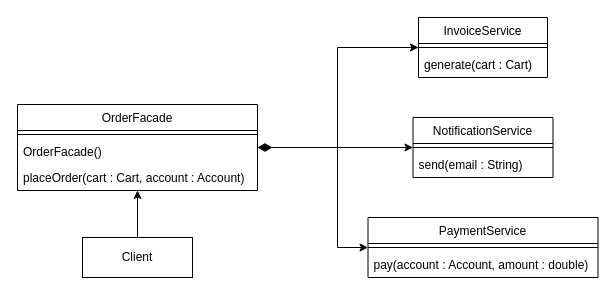
The draw.io diagram umls/Facade.drawio in rishabmamgai/LLD, before the edit. Source tidied: cells renumbered, new cells numbered last; positions are measured from the earlier drawing's top-left corner, leaving out a move shared by most shapes. Both pictures are drawn from the tidied source at 100%, with x=0, y=0 at pixel (17, 17).
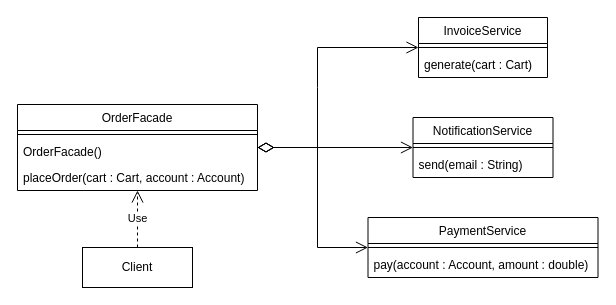
After the change.

The change refers to these unchanged cells:
```xml
<mxCell id="2" value="OrderFacade" style="swimlane;fontStyle=0;align=center;verticalAlign=top;horizontal=1;startSize=26;rounded=0;shadow=0;strokeWidth=1;" parent="1" vertex="1">
  <mxGeometry y="87" width="240" height="86" as="geometry" />
</mxCell>
<mxCell id="6" value="InvoiceService" style="swimlane;fontStyle=0;align=center;verticalAlign=top;horizontal=1;startSize=26;rounded=0;shadow=0;strokeWidth=1;" parent="1" vertex="1">
  <mxGeometry x="401" width="129" height="60" as="geometry" />
</mxCell>
<mxCell id="9" value="NotificationService" style="swimlane;fontStyle=0;align=center;verticalAlign=top;horizontal=1;startSize=26;rounded=0;shadow=0;strokeWidth=1;" parent="1" vertex="1">
  <mxGeometry x="395.5" y="100" width="140" height="60" as="geometry" />
</mxCell>
<mxCell id="12" value="PaymentService" style="swimlane;fontStyle=0;align=center;verticalAlign=top;horizontal=1;startSize=26;rounded=0;shadow=0;strokeWidth=1;" parent="1" vertex="1">
  <mxGeometry x="350.5" y="200" width="230" height="60" as="geometry" />
</mxCell>
```

Change to the diagram source:
```diff
@@
-    <mxCell id="15" style="endArrow=classic;html=1;rounded=0;entryX=0;entryY=0.5;entryDx=0;entryDy=0;startArrow=diamondThin;startFill=1;targetPerimeterSpacing=0;sourcePerimeterSpacing=0;startSize=12;endSize=6;" parent="1" edge="1" target="9">
-      <mxGeometry relative="1" as="geometry">
-        <mxPoint x="240" y="130" as="sourcePoint" />
-      </mxGeometry>
+    <mxCell id="15" style="endArrow=open;html=1;rounded=0;entryX=0;entryY=0.5;entryDx=0;entryDy=0;startArrow=diamondThin;startFill=0;targetPerimeterSpacing=0;sourcePerimeterSpacing=0;startSize=14;endSize=10;endFill=0;exitX=1;exitY=0.5;exitDx=0;exitDy=0;" parent="1" edge="1" source="2" target="9">
+      <mxGeometry relative="1" as="geometry" />
     </mxCell>
-    <mxCell id="16" style="endArrow=classic;html=1;rounded=0;entryX=0;entryY=0.5;entryDx=0;entryDy=0;" parent="1" edge="1" target="6">
-      <mxGeometry relative="1" as="geometry">
-        <mxPoint x="320" y="130" as="sourcePoint" />
-        <Array as="points">
-          <mxPoint x="320" y="30" />
-        </Array>
-      </mxGeometry>
-    </mxCell>
-    <mxCell id="17" style="endArrow=classic;html=1;rounded=0;entryX=0;entryY=0.5;entryDx=0;entryDy=0;" parent="1" edge="1" target="12">
-      <mxGeometry relative="1" as="geometry">
-        <mxPoint x="320" y="130" as="sourcePoint" />
-        <Array as="points">
-          <mxPoint x="320" y="230" />
-        </Array>
-      </mxGeometry>
-    </mxCell>
     <mxCell id="18" value="Client" style="rounded=0;whiteSpace=wrap;html=1;" parent="1" vertex="1">
-      <mxGeometry x="65" y="220" width="110" height="40" as="geometry" />
+      <mxGeometry x="65" y="230" width="110" height="40" as="geometry" />
     </mxCell>
+    <mxCell id="20" style="endArrow=open;html=1;rounded=0;startArrow=diamondThin;startFill=0;targetPerimeterSpacing=0;sourcePerimeterSpacing=0;startSize=14;endSize=10;endFill=0;entryX=0;entryY=0.5;entryDx=0;entryDy=0;exitX=1;exitY=0.5;exitDx=0;exitDy=0;" parent="1" edge="1" source="2" target="6">
+      <mxGeometry relative="1" as="geometry">
+        <Array as="points">
+          <mxPoint x="300" y="130" />
+          <mxPoint x="300" y="70" />
+          <mxPoint x="300" y="30" />
+        </Array>
+      </mxGeometry>
+    </mxCell>
+    <mxCell id="21" style="endArrow=open;html=1;rounded=0;startArrow=diamondThin;startFill=0;targetPerimeterSpacing=0;sourcePerimeterSpacing=0;startSize=14;endSize=10;endFill=0;exitX=1;exitY=0.5;exitDx=0;exitDy=0;entryX=0;entryY=0.5;entryDx=0;entryDy=0;" parent="1" edge="1" source="2" target="12">
+      <mxGeometry relative="1" as="geometry">
+        <Array as="points">
+          <mxPoint x="300" y="130" />
+          <mxPoint x="300" y="230" />
+        </Array>
+      </mxGeometry>
+    </mxCell>
-    <mxCell id="19" style="endArrow=classic;html=1;rounded=0;exitX=0.5;exitY=0;exitDx=0;exitDy=0;entryX=0.5;entryY=1;entryDx=0;entryDy=0;" parent="1" edge="1" source="18" target="2">
+    <mxCell id="19" value="Use" style="endArrow=open;endSize=10;dashed=1;html=1;rounded=0;exitX=0.5;exitY=0;exitDx=0;exitDy=0;entryX=0.5;entryY=1;entryDx=0;entryDy=0;" parent="1" edge="1" source="18" target="2">
       <mxGeometry relative="1" as="geometry" />
     </mxCell>
```
